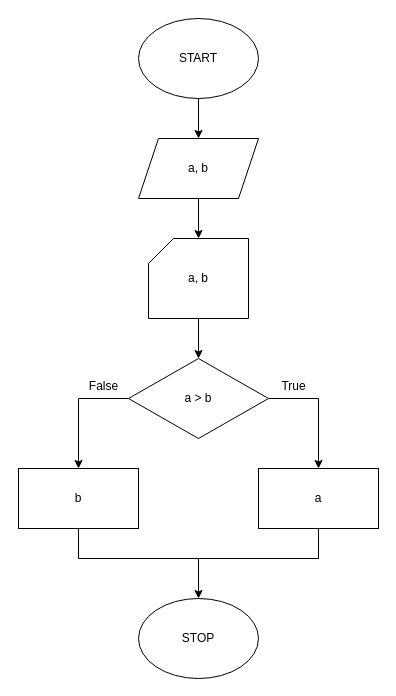
Kano008/drawalg keeps this draw.io diagram as examples/buyuk-sayi.drawio. Above is the earlier version. Source tidied: cells renumbered, new cells numbered last; positions are measured from the earlier drawing's top-left corner, leaving out a move shared by most shapes. Both pictures are drawn from the tidied source at 100%, with x=0, y=0 at pixel (18, 18).
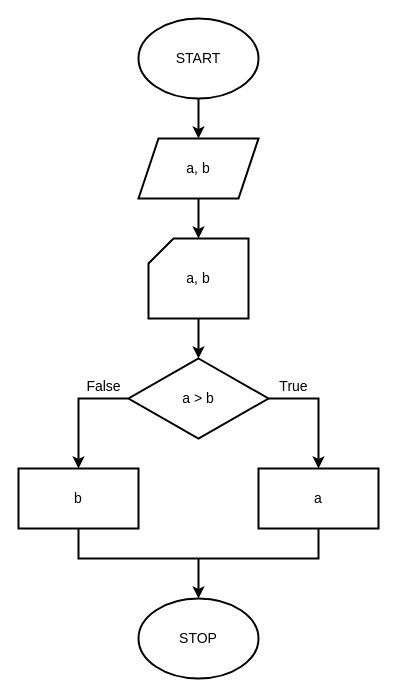
Above is the later version.

Diff of the diagram source:
```diff
@@
-    <mxCell id="2" value="START" style="ellipse;html=1;whiteSpace=wrap;fontSize=12;drawalg=1;" parent="1" vertex="1">
+    <mxCell id="2" value="START" style="ellipse;html=1;whiteSpace=wrap;strokeWidth=2;fontSize=14;drawalg=1;drawalgV=2;" parent="1" vertex="1">
       <mxGeometry x="120" width="120" height="80" as="geometry" />
     </mxCell>
-    <mxCell id="3" value="STOP" style="ellipse;html=1;whiteSpace=wrap;fontSize=12;drawalg=1;" parent="1" vertex="1">
+    <mxCell id="3" value="STOP" style="ellipse;html=1;whiteSpace=wrap;strokeWidth=2;fontSize=14;drawalg=1;drawalgV=2;" parent="1" vertex="1">
       <mxGeometry x="120" y="580" width="120" height="80" as="geometry" />
     </mxCell>
-    <mxCell id="4" style="edgeStyle=none;rounded=0;html=1;endFill=1;drawalg=1;endArrow=classic;exitX=0.5;exitY=1;exitDx=0;exitDy=0;exitPerimeter=0;entryX=0.5;entryY=0;entryDx=0;entryDy=0;entryPerimeter=0;daSeq=main;daIdx=0;" parent="1" edge="1" source="2" target="5">
-      <mxGeometry relative="1" as="geometry" />
-    </mxCell>
-    <mxCell id="5" value="a, b" style="shape=parallelogram;perimeter=parallelogramPerimeter;fixedSize=1;size=20;html=1;whiteSpace=wrap;fontSize=12;drawalg=1;" parent="1" vertex="1">
-      <mxGeometry x="120" y="120" width="120" height="60" as="geometry" />
-    </mxCell>
-    <mxCell id="6" style="edgeStyle=none;rounded=0;html=1;endFill=1;drawalg=1;endArrow=classic;exitX=0.5;exitY=1;exitDx=0;exitDy=0;exitPerimeter=0;entryX=0.5;entryY=0;entryDx=0;entryDy=0;entryPerimeter=0;daSeq=main;daIdx=1;" parent="1" edge="1" source="5" target="7">
-      <mxGeometry relative="1" as="geometry" />
-    </mxCell>
-    <mxCell id="7" value="a, b" style="shape=card;size=25;html=1;whiteSpace=wrap;fontSize=12;drawalg=1;" parent="1" vertex="1">
-      <mxGeometry x="130" y="220" width="100" height="80" as="geometry" />
-    </mxCell>
-    <mxCell id="8" style="edgeStyle=none;rounded=0;html=1;endFill=1;drawalg=1;endArrow=classic;exitX=0.5;exitY=1;exitDx=0;exitDy=0;exitPerimeter=0;entryX=0.5;entryY=0;entryDx=0;entryDy=0;entryPerimeter=0;daSeq=main;daIdx=2;" parent="1" edge="1" source="7" target="9">
-      <mxGeometry relative="1" as="geometry" />
-    </mxCell>
+    <mxCell id="20" style="edgeStyle=none;rounded=0;html=1;endFill=1;strokeWidth=2;drawalg=1;drawalgV=2;endArrow=classic;exitX=0.5;exitY=1;exitDx=0;exitDy=0;exitPerimeter=0;entryX=0.5;entryY=0;entryDx=0;entryDy=0;entryPerimeter=0;daSeq=main;daIdx=0;" parent="1" edge="1" source="2" target="21">
+      <mxGeometry relative="1" as="geometry" />
+    </mxCell>
+    <mxCell id="21" value="a, b" style="shape=parallelogram;perimeter=parallelogramPerimeter;fixedSize=1;size=20;html=1;whiteSpace=wrap;strokeWidth=2;fontSize=14;drawalg=1;drawalgV=2;" parent="1" vertex="1">
+      <mxGeometry x="120" y="120" width="120" height="60" as="geometry" />
+    </mxCell>
+    <mxCell id="22" style="edgeStyle=none;rounded=0;html=1;endFill=1;strokeWidth=2;drawalg=1;drawalgV=2;endArrow=classic;exitX=0.5;exitY=1;exitDx=0;exitDy=0;exitPerimeter=0;entryX=0.5;entryY=0;entryDx=0;entryDy=0;entryPerimeter=0;daSeq=main;daIdx=1;" parent="1" edge="1" source="21" target="23">
+      <mxGeometry relative="1" as="geometry" />
+    </mxCell>
+    <mxCell id="23" value="a, b" style="shape=card;size=25;html=1;whiteSpace=wrap;strokeWidth=2;fontSize=14;drawalg=1;drawalgV=2;" parent="1" vertex="1">
+      <mxGeometry x="130" y="220" width="100" height="80" as="geometry" />
+    </mxCell>
+    <mxCell id="24" style="edgeStyle=none;rounded=0;html=1;endFill=1;strokeWidth=2;drawalg=1;drawalgV=2;endArrow=classic;exitX=0.5;exitY=1;exitDx=0;exitDy=0;exitPerimeter=0;entryX=0.5;entryY=0;entryDx=0;entryDy=0;entryPerimeter=0;daSeq=main;daIdx=2;" parent="1" edge="1" source="23" target="9">
+      <mxGeometry relative="1" as="geometry" />
+    </mxCell>
-    <mxCell id="9" value="a &amp;gt; b" style="rhombus;html=1;whiteSpace=wrap;fontSize=12;drawalg=1;" parent="1" vertex="1">
+    <mxCell id="9" value="a &amp;gt; b" style="rhombus;html=1;whiteSpace=wrap;strokeWidth=2;fontSize=14;drawalg=1;drawalgV=2;" parent="1" vertex="1">
       <mxGeometry x="110" y="340" width="140" height="80" as="geometry" />
     </mxCell>
-    <mxCell id="10" style="shape=waypoint;size=1;fillColor=none;strokeColor=none;perimeter=centerPerimeter;drawalg=1;selectable=0;" parent="1" vertex="1">
-      <mxGeometry x="179" y="539" width="2" height="2" as="geometry" />
-    </mxCell>
+    <mxCell id="25" style="shape=waypoint;size=1;fillColor=none;strokeColor=none;perimeter=centerPerimeter;drawalg=1;drawalgV=2;selectable=0;" parent="1" vertex="1">
+      <mxGeometry x="179" y="539" width="2" height="2" as="geometry" />
+    </mxCell>
-    <mxCell id="11" value="False" style="text;html=1;align=center;verticalAlign=middle;strokeColor=none;fillColor=none;fontSize=12;drawalg=1;selectable=0;" parent="1" vertex="1">
+    <mxCell id="11" value="False" style="text;html=1;align=center;verticalAlign=middle;strokeColor=none;fillColor=none;fontSize=14;drawalg=1;drawalgV=2;selectable=0;" parent="1" vertex="1">
       <mxGeometry x="60" y="358" width="50" height="20" as="geometry" />
     </mxCell>
-    <mxCell id="12" value="True" style="text;html=1;align=center;verticalAlign=middle;strokeColor=none;fillColor=none;fontSize=12;drawalg=1;selectable=0;" parent="1" vertex="1">
+    <mxCell id="12" value="True" style="text;html=1;align=center;verticalAlign=middle;strokeColor=none;fillColor=none;fontSize=14;drawalg=1;drawalgV=2;selectable=0;" parent="1" vertex="1">
       <mxGeometry x="250" y="358" width="50" height="20" as="geometry" />
     </mxCell>
-    <mxCell id="13" style="edgeStyle=none;rounded=0;html=1;endFill=1;drawalg=1;endArrow=classic;exitX=0;exitY=0.5;exitDx=0;exitDy=0;exitPerimeter=0;entryX=0.5;entryY=0;entryDx=0;entryDy=0;entryPerimeter=0;daSeq=q082qexmh:no;daIdx=0;" parent="1" edge="1" source="9" target="16">
+    <mxCell id="13" style="edgeStyle=none;rounded=0;html=1;endFill=1;strokeWidth=2;drawalg=1;drawalgV=2;endArrow=classic;exitX=0;exitY=0.5;exitDx=0;exitDy=0;exitPerimeter=0;entryX=0.5;entryY=0;entryDx=0;entryDy=0;entryPerimeter=0;daSeq=f7xndum6y:no;daIdx=0;" parent="1" edge="1" source="9" target="16">
       <mxGeometry relative="1" as="geometry">
         <Array as="points">
           <mxPoint x="60" y="380" />
         </Array>
       </mxGeometry>
     </mxCell>
-    <mxCell id="14" style="edgeStyle=none;rounded=0;html=1;endFill=1;drawalg=1;endArrow=classic;exitX=1;exitY=0.5;exitDx=0;exitDy=0;exitPerimeter=0;entryX=0.5;entryY=0;entryDx=0;entryDy=0;entryPerimeter=0;daSeq=q082qexmh:yes;daIdx=0;" parent="1" edge="1" source="9" target="18">
+    <mxCell id="14" style="edgeStyle=none;rounded=0;html=1;endFill=1;strokeWidth=2;drawalg=1;drawalgV=2;endArrow=classic;exitX=1;exitY=0.5;exitDx=0;exitDy=0;exitPerimeter=0;entryX=0.5;entryY=0;entryDx=0;entryDy=0;entryPerimeter=0;daSeq=f7xndum6y:yes;daIdx=0;" parent="1" edge="1" source="9" target="18">
       <mxGeometry relative="1" as="geometry">
         <Array as="points">
           <mxPoint x="300" y="380" />
         </Array>
       </mxGeometry>
     </mxCell>
-    <mxCell id="15" style="edgeStyle=none;rounded=0;html=1;endFill=1;drawalg=1;endArrow=classic;exitX=0.5;exitY=0.5;exitDx=0;exitDy=0;exitPerimeter=0;entryX=0.5;entryY=0;entryDx=0;entryDy=0;entryPerimeter=0;daSeq=main;daIdx=3;" parent="1" edge="1" source="10" target="3">
-      <mxGeometry relative="1" as="geometry" />
-    </mxCell>
+    <mxCell id="26" style="edgeStyle=none;rounded=0;html=1;endFill=1;strokeWidth=2;drawalg=1;drawalgV=2;endArrow=classic;exitX=0.5;exitY=0.5;exitDx=0;exitDy=0;exitPerimeter=0;entryX=0.5;entryY=0;entryDx=0;entryDy=0;entryPerimeter=0;daSeq=main;daIdx=3;" parent="1" edge="1" source="25" target="3">
+      <mxGeometry relative="1" as="geometry" />
+    </mxCell>
-    <mxCell id="16" value="b" style="rounded=0;html=1;whiteSpace=wrap;fontSize=12;drawalg=1;" parent="1" vertex="1">
+    <mxCell id="16" value="b" style="rounded=0;html=1;whiteSpace=wrap;strokeWidth=2;fontSize=14;drawalg=1;drawalgV=2;" parent="1" vertex="1">
       <mxGeometry y="450" width="120" height="60" as="geometry" />
     </mxCell>
-    <mxCell id="17" style="edgeStyle=none;rounded=0;html=1;endFill=1;drawalg=1;endArrow=none;exitX=0.5;exitY=1;exitDx=0;exitDy=0;exitPerimeter=0;entryX=0.5;entryY=0.5;entryDx=0;entryDy=0;entryPerimeter=0;daSeq=q082qexmh:no;daIdx=1;" parent="1" edge="1" source="16" target="10">
-      <mxGeometry relative="1" as="geometry">
-        <Array as="points">
-          <mxPoint x="60" y="540" />
-        </Array>
-      </mxGeometry>
-    </mxCell>
+    <mxCell id="27" style="edgeStyle=none;rounded=0;html=1;endFill=1;strokeWidth=2;drawalg=1;drawalgV=2;endArrow=none;exitX=0.5;exitY=1;exitDx=0;exitDy=0;exitPerimeter=0;entryX=0.5;entryY=0.5;entryDx=0;entryDy=0;entryPerimeter=0;daSeq=f7xndum6y:no;daIdx=1;" parent="1" edge="1" source="16" target="25">
+      <mxGeometry relative="1" as="geometry">
+        <Array as="points">
+          <mxPoint x="60" y="540" />
+        </Array>
+      </mxGeometry>
+    </mxCell>
-    <mxCell id="18" value="a" style="rounded=0;html=1;whiteSpace=wrap;fontSize=12;drawalg=1;" parent="1" vertex="1">
+    <mxCell id="18" value="a" style="rounded=0;html=1;whiteSpace=wrap;strokeWidth=2;fontSize=14;drawalg=1;drawalgV=2;" parent="1" vertex="1">
       <mxGeometry x="240" y="450" width="120" height="60" as="geometry" />
     </mxCell>
-    <mxCell id="19" style="edgeStyle=none;rounded=0;html=1;endFill=1;drawalg=1;endArrow=none;exitX=0.5;exitY=1;exitDx=0;exitDy=0;exitPerimeter=0;entryX=0.5;entryY=0.5;entryDx=0;entryDy=0;entryPerimeter=0;daSeq=q082qexmh:yes;daIdx=1;" parent="1" edge="1" source="18" target="10">
-      <mxGeometry relative="1" as="geometry">
-        <Array as="points">
-          <mxPoint x="300" y="540" />
-        </Array>
-      </mxGeometry>
-    </mxCell>
+    <mxCell id="28" style="edgeStyle=none;rounded=0;html=1;endFill=1;strokeWidth=2;drawalg=1;drawalgV=2;endArrow=none;exitX=0.5;exitY=1;exitDx=0;exitDy=0;exitPerimeter=0;entryX=0.5;entryY=0.5;entryDx=0;entryDy=0;entryPerimeter=0;daSeq=f7xndum6y:yes;daIdx=1;" parent="1" edge="1" source="18" target="25">
+      <mxGeometry relative="1" as="geometry">
+        <Array as="points">
+          <mxPoint x="300" y="540" />
+        </Array>
+      </mxGeometry>
+    </mxCell>
```
